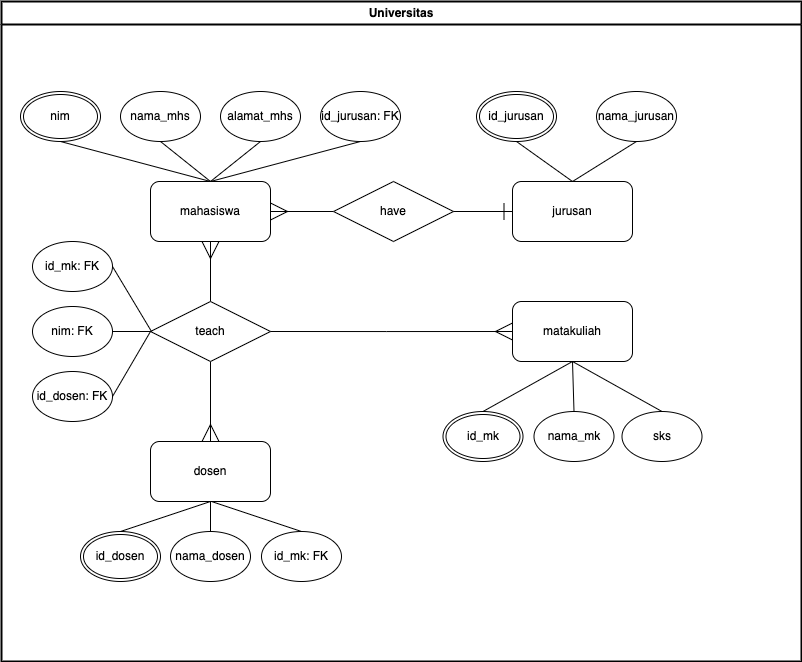
gilangprasetya/Rubicamp keeps this draw.io diagram as challenge14/university.png. Above is the earlier version. Source tidied: cells renumbered, new cells last; positions are measured from the earlier drawing's top-left corner, leaving out a move shared by most shapes. Source of this version:
```xml
<mxGraphModel>
  <root>
    <mxCell id="0" />
    <mxCell id="1" parent="0" />
    <mxCell id="2" style="group;" parent="1" vertex="1">
      <mxGeometry width="800" height="660" as="geometry" />
    </mxCell>
    <mxCell id="3" value="mahasiswa" style="rounded=1;whiteSpace=wrap;html=1;" parent="2" vertex="1">
      <mxGeometry x="149" y="180" width="120" height="60" as="geometry" />
    </mxCell>
    <mxCell id="4" value="nama_mhs" style="ellipse;whiteSpace=wrap;html=1;" parent="2" vertex="1">
      <mxGeometry x="119" y="90" width="80" height="50" as="geometry" />
    </mxCell>
    <mxCell id="5" value="alamat_mhs" style="ellipse;whiteSpace=wrap;html=1;" parent="2" vertex="1">
      <mxGeometry x="219" y="90" width="80" height="50" as="geometry" />
    </mxCell>
    <mxCell id="6" value="id_jurusan: FK" style="ellipse;whiteSpace=wrap;html=1;" parent="2" vertex="1">
      <mxGeometry x="319" y="90" width="80" height="50" as="geometry" />
    </mxCell>
    <mxCell id="7" style="endArrow=none;html=1;rounded=0;entryX=0.5;entryY=1;entryDx=0;entryDy=0;exitX=0.5;exitY=0;exitDx=0;exitDy=0;" parent="2" edge="1" source="3">
      <mxGeometry relative="1" as="geometry">
        <mxPoint x="59" y="140" as="targetPoint" />
      </mxGeometry>
    </mxCell>
    <mxCell id="8" style="endArrow=none;html=1;rounded=0;entryX=0.5;entryY=1;entryDx=0;entryDy=0;" parent="2" edge="1" target="4">
      <mxGeometry relative="1" as="geometry">
        <mxPoint x="209" y="180" as="sourcePoint" />
      </mxGeometry>
    </mxCell>
    <mxCell id="9" style="endArrow=none;html=1;rounded=0;entryX=0.5;entryY=1;entryDx=0;entryDy=0;exitX=0.5;exitY=0;exitDx=0;exitDy=0;" parent="2" edge="1" source="3" target="5">
      <mxGeometry relative="1" as="geometry" />
    </mxCell>
    <mxCell id="10" style="endArrow=none;html=1;rounded=0;entryX=0.5;entryY=1;entryDx=0;entryDy=0;exitX=0.5;exitY=0;exitDx=0;exitDy=0;" parent="2" edge="1" source="3" target="6">
      <mxGeometry relative="1" as="geometry" />
    </mxCell>
    <mxCell id="11" value="dosen" style="rounded=1;whiteSpace=wrap;html=1;" parent="2" vertex="1">
      <mxGeometry x="149" y="440" width="120" height="60" as="geometry" />
    </mxCell>
    <mxCell id="12" style="endArrow=none;html=1;rounded=0;entryX=0.5;entryY=0;entryDx=0;entryDy=0;exitX=0.5;exitY=1;exitDx=0;exitDy=0;" parent="2" edge="1" source="11" target="31">
      <mxGeometry relative="1" as="geometry" />
    </mxCell>
    <mxCell id="13" value="jurusan" style="rounded=1;whiteSpace=wrap;html=1;" parent="2" vertex="1">
      <mxGeometry x="511" y="180" width="120" height="60" as="geometry" />
    </mxCell>
    <mxCell id="14" style="rounded=0;jettySize=auto;html=1;exitX=0.5;exitY=1;exitDx=0;exitDy=0;entryX=0.5;entryY=0;entryDx=0;entryDy=0;endArrow=none;endFill=0;" parent="2" edge="1" source="25" target="13">
      <mxGeometry relative="1" as="geometry" />
    </mxCell>
    <mxCell id="15" value="nama_jurusan" style="ellipse;whiteSpace=wrap;html=1;" parent="2" vertex="1">
      <mxGeometry x="595" y="90" width="80" height="50" as="geometry" />
    </mxCell>
    <mxCell id="16" value="matakuliah" style="rounded=1;whiteSpace=wrap;html=1;" parent="2" vertex="1">
      <mxGeometry x="511" y="300" width="120" height="60" as="geometry" />
    </mxCell>
    <mxCell id="17" style="endArrow=ERmany;html=1;rounded=0;entryX=0.5;entryY=1;entryDx=0;entryDy=0;exitX=0.5;exitY=0;exitDx=0;exitDy=0;jumpStyle=none;startArrow=none;startFill=0;endFill=0;strokeWidth=1;targetPerimeterSpacing=0;startSize=15;endSize=15;" parent="2" edge="1" source="22" target="3">
      <mxGeometry relative="1" as="geometry" />
    </mxCell>
    <mxCell id="18" style="rounded=0;jettySize=auto;html=1;exitX=0.5;exitY=1;exitDx=0;exitDy=0;entryX=0.5;entryY=0;entryDx=0;entryDy=0;endArrow=none;endFill=0;" parent="2" edge="1" source="15" target="13">
      <mxGeometry relative="1" as="geometry" />
    </mxCell>
    <mxCell id="19" style="rounded=0;jettySize=auto;html=1;endArrow=none;endFill=0;entryX=0.5;entryY=0;entryDx=0;entryDy=0;exitX=0.5;exitY=1;exitDx=0;exitDy=0;" parent="2" edge="1" source="16" target="37">
      <mxGeometry relative="1" as="geometry" />
    </mxCell>
    <mxCell id="20" style="rounded=0;jettySize=auto;html=1;exitX=0.5;exitY=1;exitDx=0;exitDy=0;entryX=0.5;entryY=0;entryDx=0;entryDy=0;endArrow=none;endFill=0;" parent="2" edge="1" source="16" target="38">
      <mxGeometry relative="1" as="geometry" />
    </mxCell>
    <mxCell id="21" style="endArrow=none;html=1;rounded=0;entryX=0.5;entryY=1;entryDx=0;entryDy=0;exitX=0.5;exitY=0;exitDx=0;exitDy=0;jumpStyle=none;startArrow=ERmany;startFill=0;endFill=0;strokeWidth=1;targetPerimeterSpacing=0;startSize=15;endSize=15;" parent="2" edge="1" source="11" target="22">
      <mxGeometry relative="1" as="geometry" />
    </mxCell>
    <mxCell id="22" value="teach" style="shape=rhombus;perimeter=rhombusPerimeter;whiteSpace=wrap;html=1;align=center;" parent="2" vertex="1">
      <mxGeometry x="149" y="300" width="120" height="60" as="geometry" />
    </mxCell>
    <mxCell id="23" style="edgeStyle=orthogonalEdgeStyle;rounded=0;jettySize=auto;html=1;exitX=1;exitY=0.5;exitDx=0;exitDy=0;entryX=0;entryY=0.5;entryDx=0;entryDy=0;startArrow=none;startFill=0;endArrow=ERmany;endFill=0;endSize=15;startSize=15;" parent="2" edge="1" source="22" target="16">
      <mxGeometry relative="1" as="geometry">
        <Array as="points">
          <mxPoint x="385" y="330" />
          <mxPoint x="385" y="330" />
        </Array>
      </mxGeometry>
    </mxCell>
    <mxCell id="24" value="nim" style="ellipse;shape=doubleEllipse;margin=3;whiteSpace=wrap;html=1;align=center;" parent="2" vertex="1">
      <mxGeometry x="19" y="90" width="80" height="50" as="geometry" />
    </mxCell>
    <mxCell id="25" value="id_jurusan" style="ellipse;shape=doubleEllipse;margin=3;whiteSpace=wrap;html=1;align=center;" parent="2" vertex="1">
      <mxGeometry x="475" y="90" width="80" height="50" as="geometry" />
    </mxCell>
    <mxCell id="26" style="rounded=0;jettySize=auto;html=1;exitX=0.5;exitY=1;exitDx=0;exitDy=0;entryX=0.5;entryY=0;entryDx=0;entryDy=0;endArrow=none;endFill=0;" parent="2" edge="1" source="16" target="36">
      <mxGeometry relative="1" as="geometry" />
    </mxCell>
    <mxCell id="27" style="edgeStyle=orthogonalEdgeStyle;rounded=0;jettySize=auto;html=1;exitX=1;exitY=0.5;exitDx=0;exitDy=0;endArrow=none;endFill=0;startArrow=ERmany;startFill=0;endSize=15;startSize=15;" parent="2" edge="1" source="3" target="28">
      <mxGeometry relative="1" as="geometry" />
    </mxCell>
    <mxCell id="28" value="have" style="shape=rhombus;perimeter=rhombusPerimeter;whiteSpace=wrap;html=1;align=center;" parent="2" vertex="1">
      <mxGeometry x="332" y="180" width="120" height="60" as="geometry" />
    </mxCell>
    <mxCell id="29" style="edgeStyle=orthogonalEdgeStyle;rounded=0;jettySize=auto;html=1;exitX=1;exitY=0.5;exitDx=0;exitDy=0;endArrow=ERone;endFill=0;startArrow=none;startFill=0;endSize=15;startSize=15;" parent="2" edge="1" source="28" target="13">
      <mxGeometry relative="1" as="geometry" />
    </mxCell>
    <mxCell id="30" value="Universitas" style="swimlane;whiteSpace=wrap;html=1;fillColor=#FFFFFF;gradientColor=none;strokeColor=#000000;strokeWidth=2;rounded=0;" parent="2" vertex="1">
      <mxGeometry width="800" height="660" as="geometry" />
    </mxCell>
    <mxCell id="31" value="nama_dosen" style="ellipse;whiteSpace=wrap;html=1;" parent="30" vertex="1">
      <mxGeometry x="169" y="530" width="80" height="50" as="geometry" />
    </mxCell>
    <mxCell id="32" value="id_dosen" style="ellipse;shape=doubleEllipse;margin=3;whiteSpace=wrap;html=1;align=center;" parent="30" vertex="1">
      <mxGeometry x="79" y="530" width="80" height="50" as="geometry" />
    </mxCell>
    <mxCell id="33" value="nim: FK" style="ellipse;whiteSpace=wrap;html=1;" parent="30" vertex="1">
      <mxGeometry x="31" y="305" width="80" height="50" as="geometry" />
    </mxCell>
    <mxCell id="34" value="id_mk: FK" style="ellipse;whiteSpace=wrap;html=1;" parent="30" vertex="1">
      <mxGeometry x="31" y="240" width="80" height="50" as="geometry" />
    </mxCell>
    <mxCell id="35" value="id_dosen: FK" style="ellipse;whiteSpace=wrap;html=1;" parent="30" vertex="1">
      <mxGeometry x="31" y="370" width="80" height="50" as="geometry" />
    </mxCell>
    <mxCell id="36" value="id_mk" style="ellipse;shape=doubleEllipse;margin=3;whiteSpace=wrap;html=1;align=center;" parent="30" vertex="1">
      <mxGeometry x="441.5" y="410" width="80" height="50" as="geometry" />
    </mxCell>
    <mxCell id="37" value="nama_mk" style="ellipse;whiteSpace=wrap;html=1;" parent="30" vertex="1">
      <mxGeometry x="532.5" y="410" width="80" height="50" as="geometry" />
    </mxCell>
    <mxCell id="38" value="sks" style="ellipse;whiteSpace=wrap;html=1;" parent="30" vertex="1">
      <mxGeometry x="620.5" y="410" width="80" height="50" as="geometry" />
    </mxCell>
    <mxCell id="39" value="id_mk: FK" style="ellipse;whiteSpace=wrap;html=1;" parent="30" vertex="1">
      <mxGeometry x="260" y="530" width="80" height="50" as="geometry" />
    </mxCell>
    <mxCell id="40" style="rounded=0;jettySize=auto;html=1;endArrow=none;endFill=0;exitX=0;exitY=0.5;exitDx=0;exitDy=0;entryX=1;entryY=0.5;entryDx=0;entryDy=0;" parent="2" edge="1" source="22" target="35">
      <mxGeometry relative="1" as="geometry" />
    </mxCell>
    <mxCell id="41" style="rounded=0;jettySize=auto;html=1;endArrow=none;endFill=0;entryX=1;entryY=0.5;entryDx=0;entryDy=0;" parent="2" edge="1" target="33">
      <mxGeometry relative="1" as="geometry">
        <mxPoint x="150" y="330" as="sourcePoint" />
      </mxGeometry>
    </mxCell>
    <mxCell id="42" style="rounded=0;jettySize=auto;html=1;endArrow=none;endFill=0;entryX=1;entryY=0.5;entryDx=0;entryDy=0;" parent="2" edge="1" target="34">
      <mxGeometry relative="1" as="geometry">
        <mxPoint x="150" y="330" as="sourcePoint" />
      </mxGeometry>
    </mxCell>
    <mxCell id="43" style="rounded=0;jettySize=auto;html=1;endArrow=none;endFill=0;exitX=0.5;exitY=1;exitDx=0;exitDy=0;entryX=0.5;entryY=0;entryDx=0;entryDy=0;" parent="2" edge="1" source="11" target="32">
      <mxGeometry relative="1" as="geometry" />
    </mxCell>
    <mxCell id="44" style="endArrow=none;html=1;rounded=0;entryX=0.5;entryY=0;entryDx=0;entryDy=0;" parent="1" edge="1" target="39">
      <mxGeometry relative="1" as="geometry">
        <mxPoint x="210" y="500" as="sourcePoint" />
      </mxGeometry>
    </mxCell>
  </root>
</mxGraphModel>
```
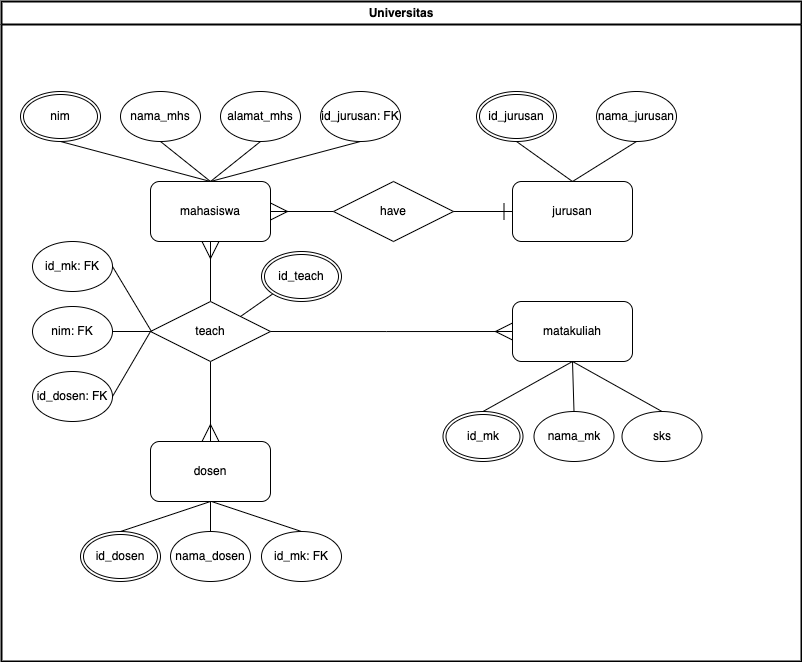
Above is the later version.

Change to the diagram source:
```diff
@@ -66,6 +66,9 @@
     <mxCell id="21" style="endArrow=none;html=1;rounded=0;entryX=0.5;entryY=1;entryDx=0;entryDy=0;exitX=0.5;exitY=0;exitDx=0;exitDy=0;jumpStyle=none;startArrow=ERmany;startFill=0;endFill=0;strokeWidth=1;targetPerimeterSpacing=0;startSize=15;endSize=15;" parent="2" edge="1" source="11" target="22">
       <mxGeometry relative="1" as="geometry" />
     </mxCell>
+    <mxCell id="45" style="rounded=0;jettySize=auto;html=1;exitX=1;exitY=0;exitDx=0;exitDy=0;entryX=0;entryY=1;entryDx=0;entryDy=0;endArrow=none;endFill=0;" parent="2" edge="1" source="22" target="46">
+      <mxGeometry relative="1" as="geometry" />
+    </mxCell>
     <mxCell id="22" value="teach" style="shape=rhombus;perimeter=rhombusPerimeter;whiteSpace=wrap;html=1;align=center;" parent="2" vertex="1">
       <mxGeometry x="149" y="300" width="120" height="60" as="geometry" />
     </mxCell>
@@ -125,6 +128,9 @@
     <mxCell id="39" value="id_mk: FK" style="ellipse;whiteSpace=wrap;html=1;" parent="30" vertex="1">
       <mxGeometry x="260" y="530" width="80" height="50" as="geometry" />
     </mxCell>
+    <mxCell id="46" value="id_teach" style="ellipse;shape=doubleEllipse;margin=3;whiteSpace=wrap;html=1;align=center;" parent="30" vertex="1">
+      <mxGeometry x="260" y="250" width="80" height="50" as="geometry" />
+    </mxCell>
     <mxCell id="40" style="rounded=0;jettySize=auto;html=1;endArrow=none;endFill=0;exitX=0;exitY=0.5;exitDx=0;exitDy=0;entryX=1;entryY=0.5;entryDx=0;entryDy=0;" parent="2" edge="1" source="22" target="35">
       <mxGeometry relative="1" as="geometry" />
     </mxCell>
```
